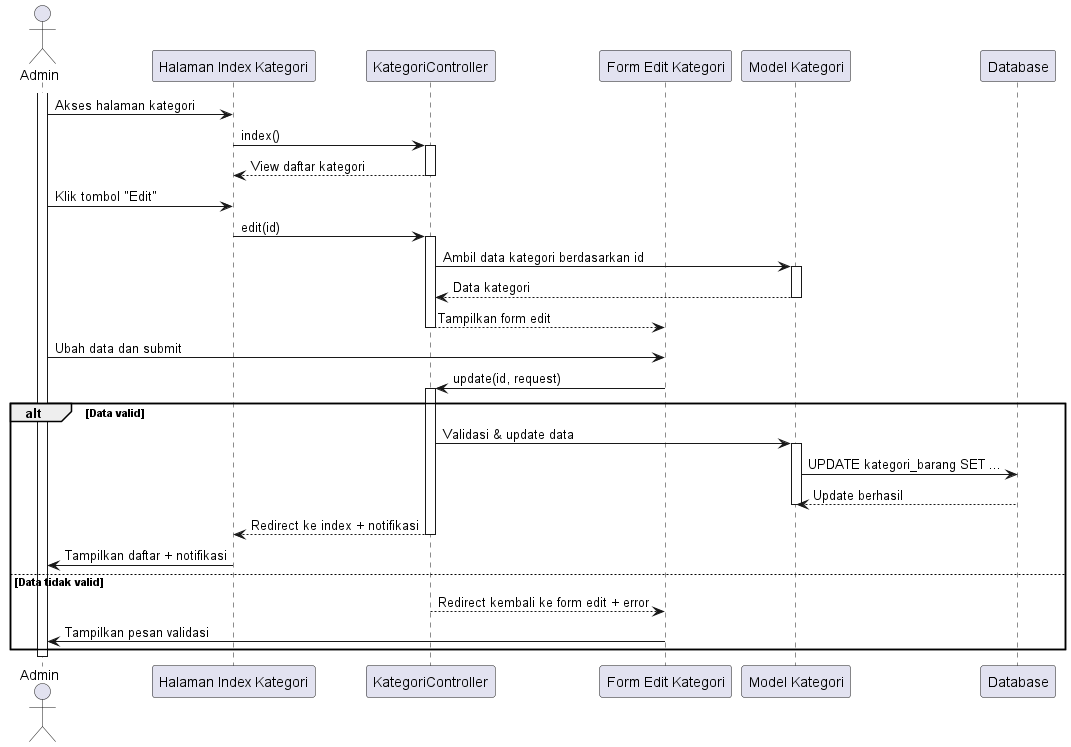
Above: out/sequence diagram/kategori barang/mengedit_kategori_barang/mengedit_kategori_barang.png in tengahcang/UML_TA (PlantUML), before the change. The source it was exported from:
```plantuml
@startuml
actor Admin

participant "Halaman Index Kategori" as KategoriIndex
participant "KategoriController" as Controller
participant "Form Edit Kategori" as EditForm
participant "Model Kategori" as KategoriModel
participant "Database" as DB

activate Admin
Admin -> KategoriIndex: Akses halaman kategori
KategoriIndex -> Controller: index()
activate Controller
Controller --> KategoriIndex: View daftar kategori
deactivate Controller

Admin -> KategoriIndex: Klik tombol "Edit"
KategoriIndex -> Controller: edit(id)
activate Controller
Controller -> KategoriModel: Ambil data kategori berdasarkan id
activate KategoriModel
KategoriModel --> Controller: Data kategori
deactivate KategoriModel
Controller --> EditForm: Tampilkan form edit
deactivate Controller

Admin -> EditForm: Ubah data dan submit
EditForm -> Controller: update(id, request)
activate Controller

alt Data valid
    Controller -> KategoriModel: Validasi & update data
    activate KategoriModel
    KategoriModel -> DB: UPDATE kategori_barang SET ...
    DB --> KategoriModel: Update berhasil
    deactivate KategoriModel

    Controller --> KategoriIndex: Redirect ke index + notifikasi
    deactivate Controller
    KategoriIndex -> Admin: Tampilkan daftar + notifikasi
else Data tidak valid
    Controller --> EditForm: Redirect kembali ke form edit + error
    deactivate Controller
    EditForm -> Admin: Tampilkan pesan validasi
end
deactivate Admin

@enduml
```
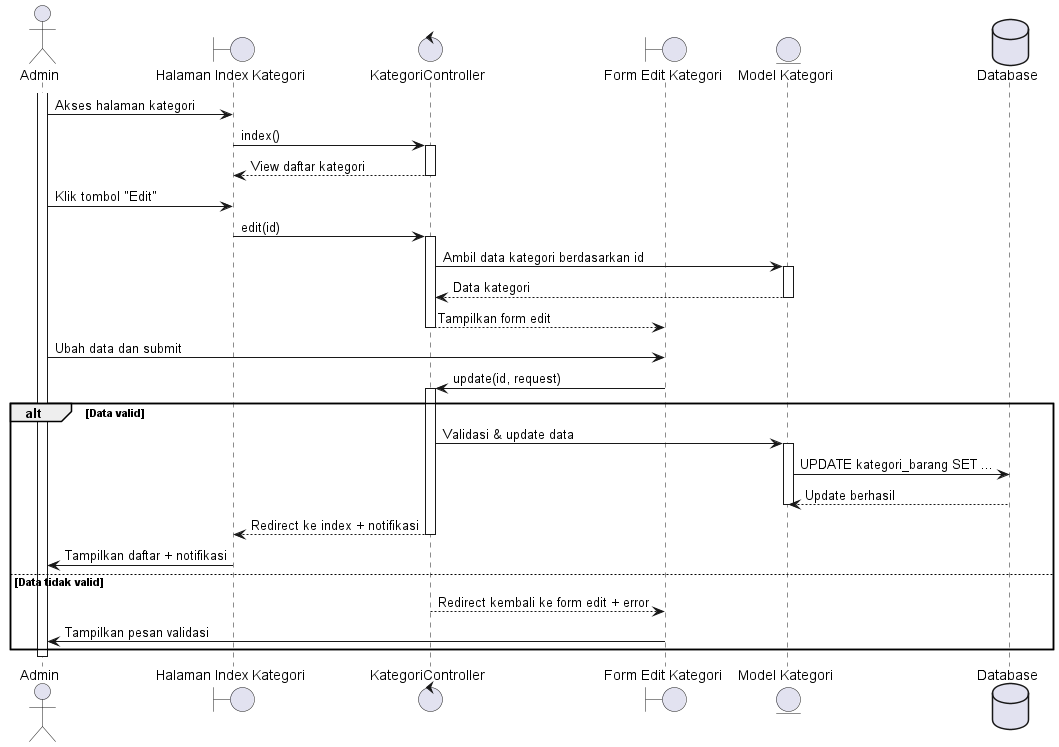
After the commit.

The edit, as a diff of the source:
```diff
@@ -1,11 +1,11 @@
 @startuml
 actor Admin
 
-participant "Halaman Index Kategori" as KategoriIndex
-participant "KategoriController" as Controller
-participant "Form Edit Kategori" as EditForm
-participant "Model Kategori" as KategoriModel
-participant "Database" as DB
+boundary "Halaman Index Kategori" as KategoriIndex
+control "KategoriController" as Controller
+boundary "Form Edit Kategori" as EditForm
+entity "Model Kategori" as KategoriModel
+database "Database" as DB
 
 activate Admin
 Admin -> KategoriIndex: Akses halaman kategori
```
